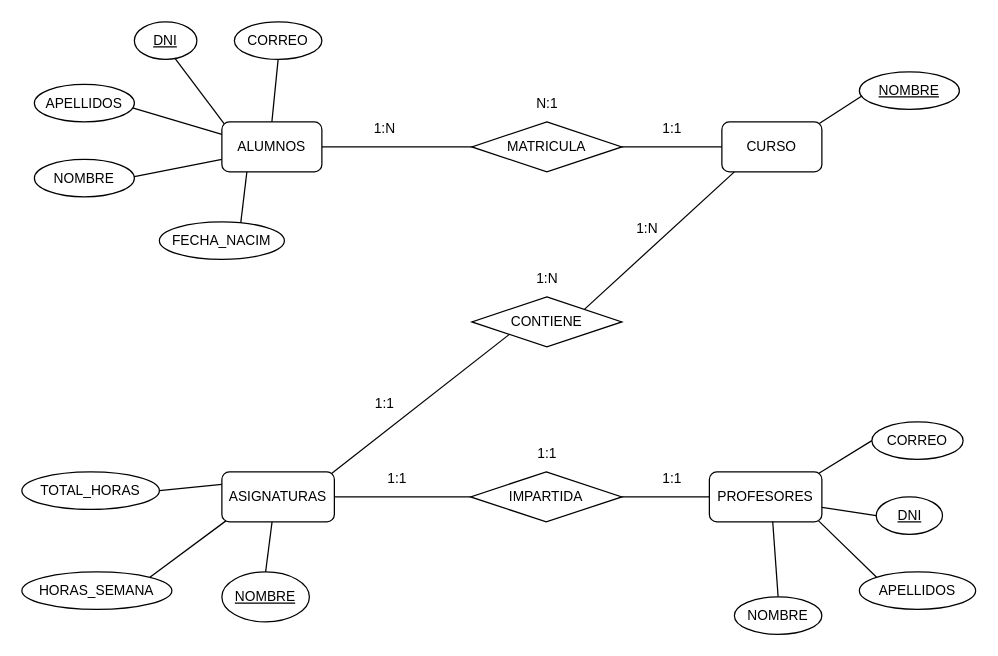
igardiet/dam keeps this draw.io diagram as page "diagram-1" (1 of 5) of bases-datos/diagrams.drawio. Above is the earlier version. Source tidied: cells renumbered, new cells numbered last; positions are measured from the earlier drawing's top-left corner, leaving out a move shared by most shapes. Both pictures are drawn from the tidied source at 125%, with x=0, y=0 at pixel (21, 21).
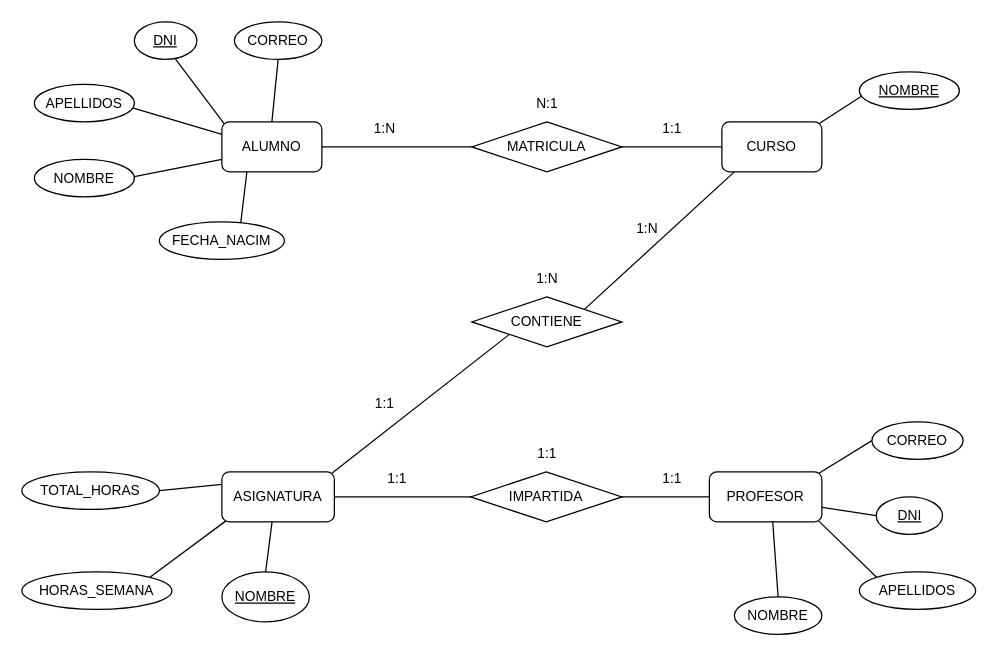
Above is the later version.

Diff of the diagram source:
```diff
@@
-    <mxCell id="2" value="PROFESORES" style="rounded=1;whiteSpace=wrap;html=1;fontFamily=Helvetica;fontSize=11;fontColor=default;" parent="1" vertex="1">
+    <mxCell id="2" value="PROFESOR" style="rounded=1;whiteSpace=wrap;html=1;fontFamily=Helvetica;fontSize=11;fontColor=default;" parent="1" vertex="1">
       <mxGeometry x="550" y="360" width="90" height="40" as="geometry" />
     </mxCell>
@@
-    <mxCell id="6" value="ASIGNATURAS" style="rounded=1;whiteSpace=wrap;html=1;fontFamily=Helvetica;fontSize=11;fontColor=default;" parent="1" vertex="1">
+    <mxCell id="6" value="ASIGNATURA" style="rounded=1;whiteSpace=wrap;html=1;fontFamily=Helvetica;fontSize=11;fontColor=default;" parent="1" vertex="1">
       <mxGeometry x="160" y="360" width="90" height="40" as="geometry" />
     </mxCell>
@@
-    <mxCell id="9" value="ALUMNOS" style="rounded=1;whiteSpace=wrap;html=1;fontFamily=Helvetica;fontSize=11;fontColor=default;" parent="1" vertex="1">
+    <mxCell id="9" value="ALUMNO" style="rounded=1;whiteSpace=wrap;html=1;fontFamily=Helvetica;fontSize=11;fontColor=default;" parent="1" vertex="1">
       <mxGeometry x="160" y="80" width="80" height="40" as="geometry" />
     </mxCell>
```
